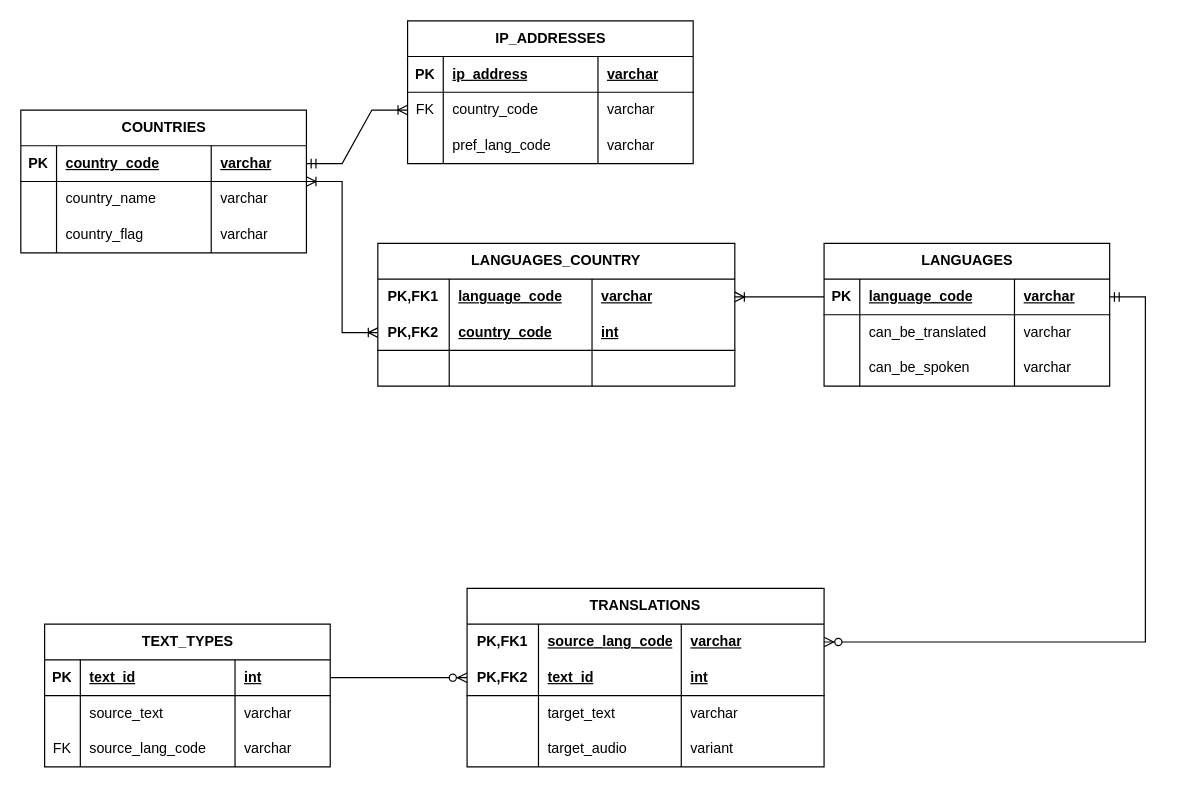
LucaBalduzziNI/nimbus-intelligence-coh2-python-project keeps this draw.io diagram as page "physical_design" (3 of 3) of documentation/ERD.drawio. Above is the earlier version. Source tidied: cells renumbered, new cells numbered last; positions are measured from the earlier drawing's top-left corner, leaving out a move shared by most shapes. Both pictures are drawn from the tidied source at 119%, with x=0, y=0 at pixel (20, 20).
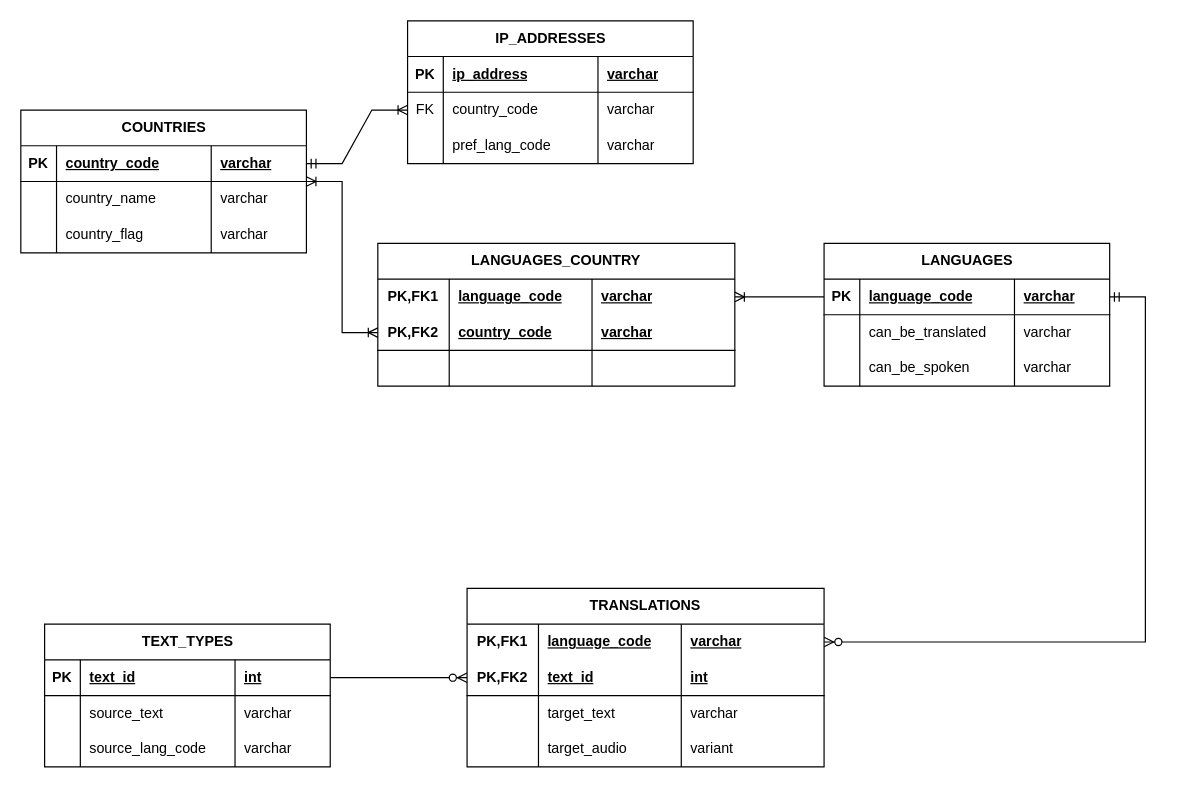
The same page after the edit.

Commit message:
Small fixes in translation and text_types tables

Unchanged cells that the change refers to:
```xml
<mxCell id="16" style="shape=tableRow;horizontal=0;startSize=0;swimlaneHead=0;swimlaneBody=0;fillColor=none;points=[[0,0.5],[1,0.5]];portConstraint=eastwest;top=0;left=0;right=0;bottom=0;html=1;" parent="15" vertex="1">
  <mxGeometry y="30" width="300" height="30" as="geometry" />
</mxCell>
<mxCell id="41" style="shape=tableRow;horizontal=0;startSize=0;swimlaneHead=0;swimlaneBody=0;fillColor=none;top=0;left=0;right=0;bottom=0;" parent="32" vertex="1">
  <mxGeometry y="90" width="240" height="30" as="geometry" />
</mxCell>
<mxCell id="66" style="shape=tableRow;horizontal=0;startSize=0;swimlaneHead=0;swimlaneBody=0;fillColor=none;points=[[0,0.5],[1,0.5]];portConstraint=eastwest;top=0;left=0;right=0;bottom=1;html=1;" parent="61" vertex="1">
  <mxGeometry y="60" width="300" height="30" as="geometry" />
</mxCell>
```

Diff of the diagram source:
```diff
@@
-    <mxCell id="18" value="source_lang_code" style="shape=partialRectangle;fillColor=none;top=0;left=0;bottom=0;right=0;align=left;spacingLeft=6;fontStyle=5;overflow=hidden;html=1;whiteSpace=wrap;" parent="16" vertex="1">
+    <mxCell id="18" value="language_code" style="shape=partialRectangle;fillColor=none;top=0;left=0;bottom=0;right=0;align=left;spacingLeft=6;fontStyle=5;overflow=hidden;html=1;whiteSpace=wrap;" parent="16" vertex="1">
       <mxGeometry x="60" width="120" height="30" as="geometry" />
     </mxCell>
@@
-    <mxCell id="42" value="FK" style="shape=partialRectangle;fillColor=none;top=0;left=0;bottom=0;right=0;overflow=hidden;whiteSpace=wrap;html=1;" parent="41" vertex="1">
+    <mxCell id="42" style="shape=partialRectangle;fillColor=none;top=0;left=0;bottom=0;right=0;overflow=hidden;whiteSpace=wrap;html=1;" parent="41" vertex="1">
       <mxGeometry width="30" height="30" as="geometry" />
     </mxCell>
@@
-    <mxCell id="69" value="int" style="shape=partialRectangle;fillColor=none;top=0;left=0;bottom=0;right=0;align=left;spacingLeft=6;fontStyle=5;overflow=hidden;html=1;whiteSpace=wrap;" parent="66" vertex="1">
+    <mxCell id="69" value="varchar" style="shape=partialRectangle;fillColor=none;top=0;left=0;bottom=0;right=0;align=left;spacingLeft=6;fontStyle=5;overflow=hidden;html=1;whiteSpace=wrap;" parent="66" vertex="1">
       <mxGeometry x="180" width="120" height="30" as="geometry" />
     </mxCell>
```
